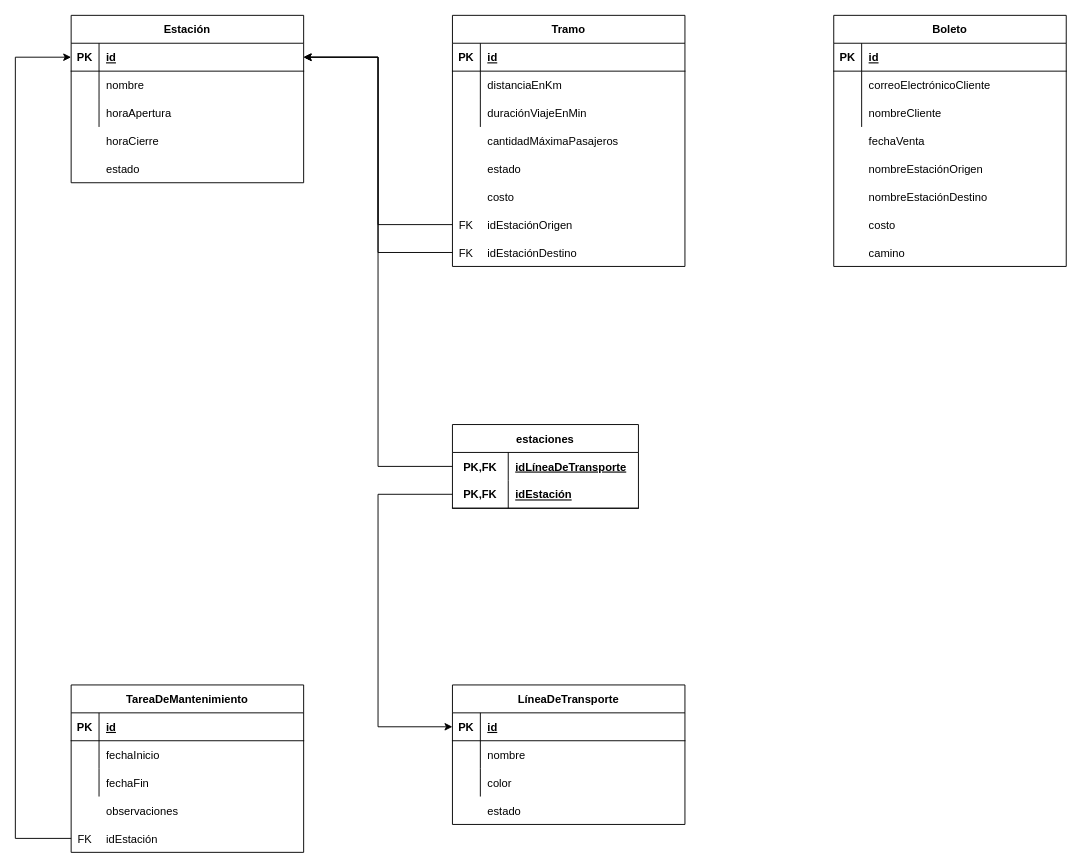
agustinfornasiero/TPIntegradorDIED keeps this draw.io diagram as DT.drawio. Above is the earlier version. Source tidied: cells renumbered, new cells numbered last; positions are measured from the earlier drawing's top-left corner, leaving out a move shared by most shapes. Both pictures are drawn from the tidied source at 93%, with x=0, y=0 at pixel (15, 15).
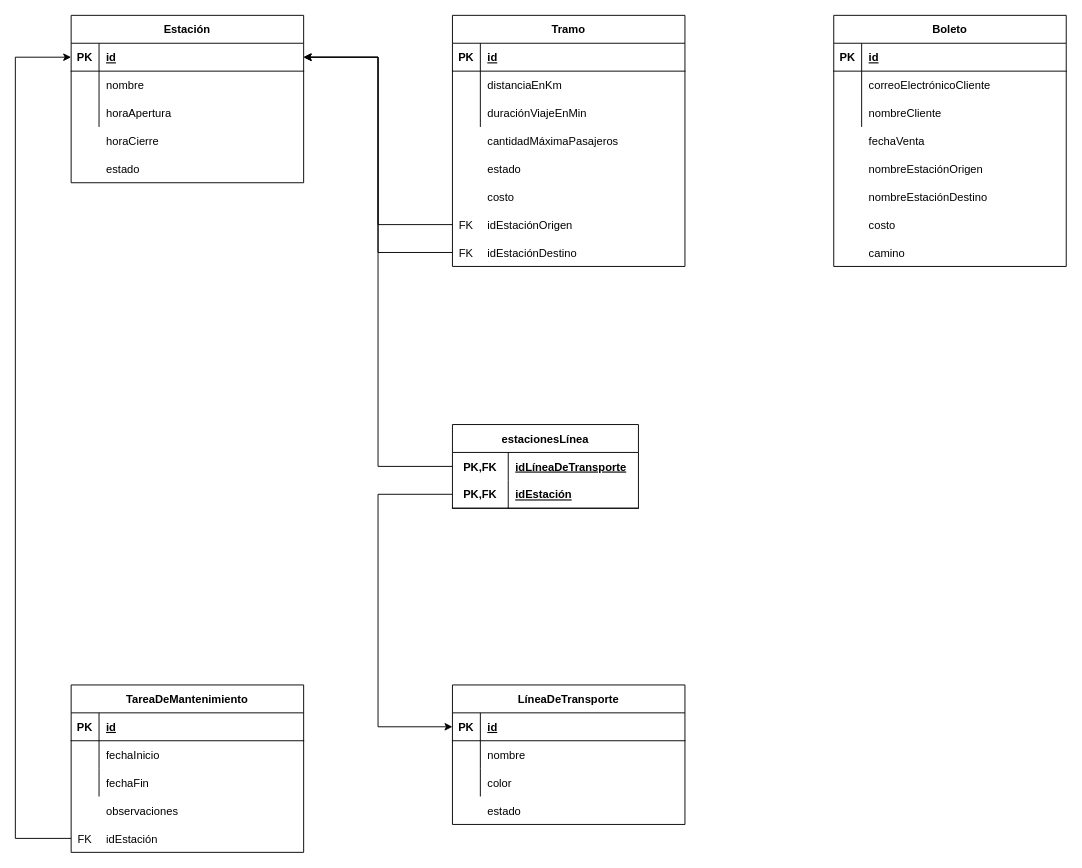
The same diagram, later.

Diff of the diagram source:
```diff
@@
-    <mxCell id="100" value="estaciones" style="shape=table;startSize=30;childLayout=tableLayout;rowLines=0;fontStyle=1;align=center;" parent="1" vertex="1">
+    <mxCell id="100" value="estacionesLínea" style="shape=table;startSize=30;childLayout=tableLayout;rowLines=0;fontStyle=1;align=center;" parent="1" vertex="1">
       <mxGeometry x="470" y="440" width="200" height="90" as="geometry" />
     </mxCell>
```
